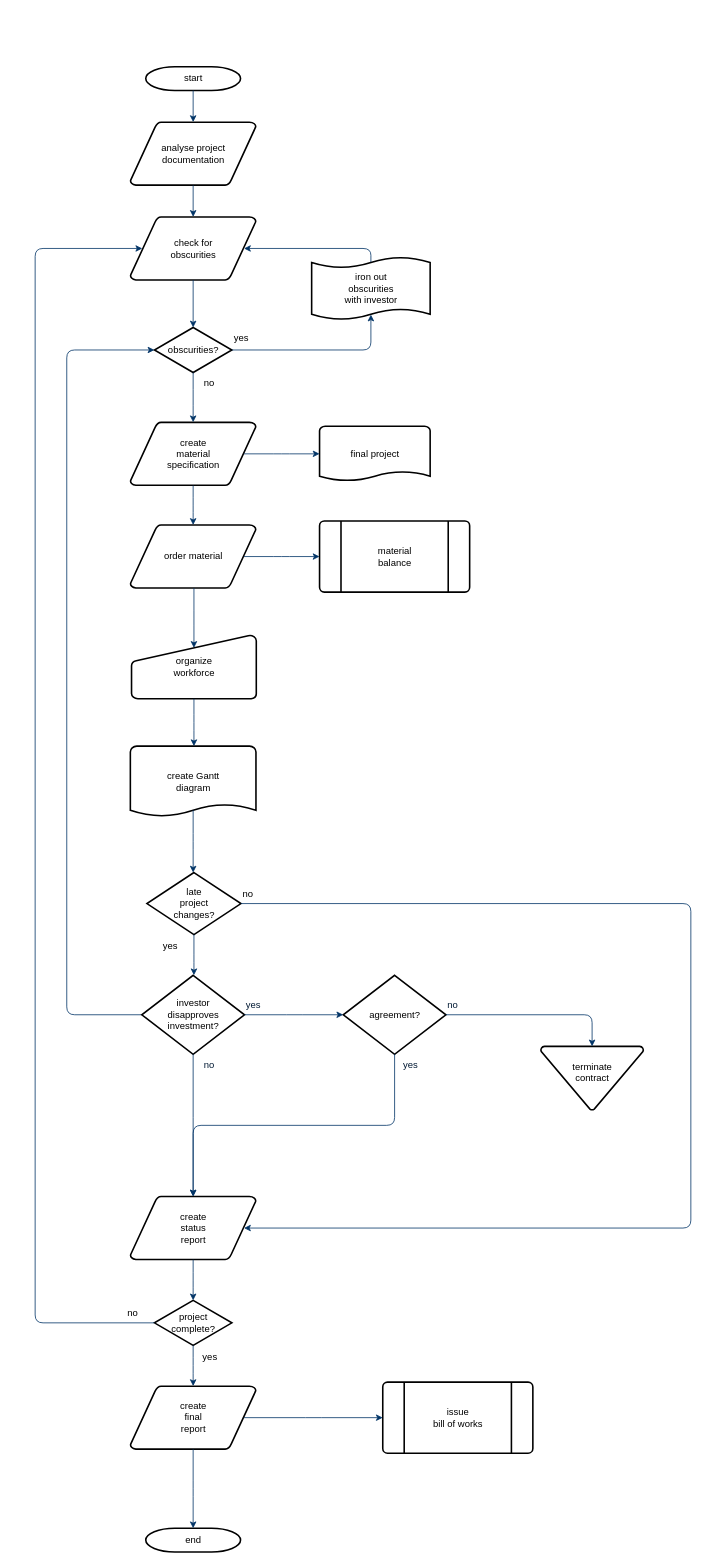
Supercdr/Supercdr keeps this draw.io diagram as 未命名绘图.drawio. Above is the earlier version. Source tidied: cells renumbered, new cells numbered last; positions are measured from the earlier drawing's top-left corner, leaving out a move shared by most shapes. Both pictures are drawn from the tidied source at 79%, with x=0, y=0 at pixel (35, 66).
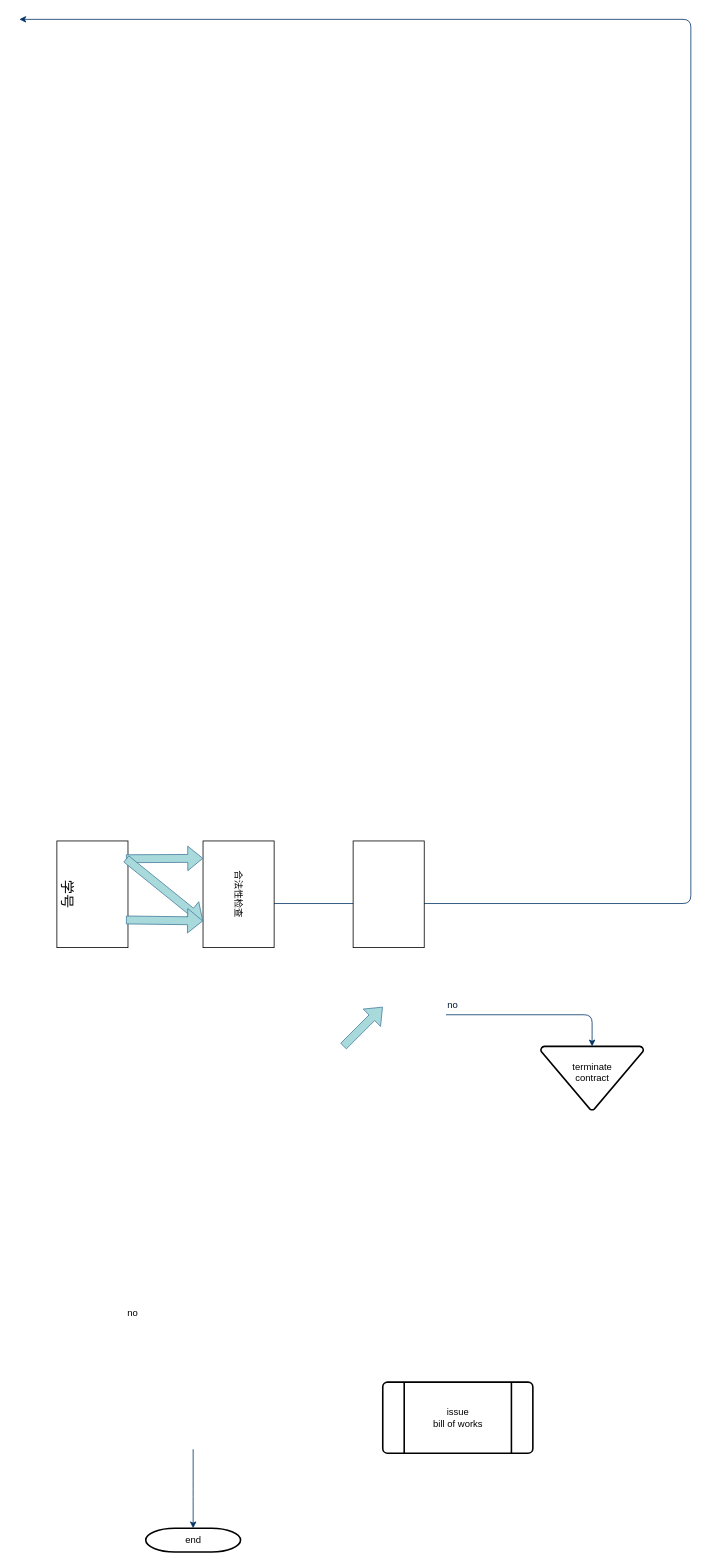
After the change.

The change refers to these unchanged cells:
```xml
<mxCell id="32" value="terminate&#10;contract&#10;" style="shape=mxgraph.flowchart.merge_or_storage;strokeWidth=2;gradientColor=none;gradientDirection=north;fontStyle=0;html=1;" parent="1" vertex="1">
  <mxGeometry x="640" y="1240" width="130" height="80.5" as="geometry" />
</mxCell>
<mxCell id="39" value="issue&#10;bill of works" style="shape=mxgraph.flowchart.predefined_process;strokeWidth=2;gradientColor=none;gradientDirection=north;fontStyle=0;html=1;" parent="1" vertex="1">
  <mxGeometry x="440" y="1665" width="190" height="90" as="geometry" />
</mxCell>
<mxCell id="40" value="end" style="shape=mxgraph.flowchart.terminator;strokeWidth=2;gradientColor=none;gradientDirection=north;fontStyle=0;html=1;" parent="1" vertex="1">
  <mxGeometry x="140" y="1850" width="120" height="30" as="geometry" />
</mxCell>
```

What changed in the source:
```diff
@@
-    <mxCell id="2" value="start" style="shape=mxgraph.flowchart.terminator;strokeWidth=2;gradientColor=none;gradientDirection=north;fontStyle=0;html=1;" parent="1" vertex="1">
-      <mxGeometry x="140" width="120" height="30" as="geometry" />
-    </mxCell>
-    <mxCell id="3" value="analyse project&#10; documentation" style="shape=mxgraph.flowchart.data;strokeWidth=2;gradientColor=none;gradientDirection=north;fontStyle=0;html=1;" parent="1" vertex="1">
-      <mxGeometry x="120.5" y="70" width="159" height="80" as="geometry" />
-    </mxCell>
-    <mxCell id="4" value="create&#10;material&#10;specification" style="shape=mxgraph.flowchart.data;strokeWidth=2;gradientColor=none;gradientDirection=north;fontStyle=0;html=1;" parent="1" vertex="1">
-      <mxGeometry x="120.5" y="450" width="159" height="80" as="geometry" />
-    </mxCell>
-    <mxCell id="5" value="check for&#10;obscurities" style="shape=mxgraph.flowchart.data;strokeWidth=2;gradientColor=none;gradientDirection=north;fontStyle=0;html=1;" parent="1" vertex="1">
-      <mxGeometry x="120.5" y="190" width="159" height="80" as="geometry" />
-    </mxCell>
-    <mxCell id="6" value="obscurities?" style="shape=mxgraph.flowchart.decision;strokeWidth=2;gradientColor=none;gradientDirection=north;fontStyle=0;html=1;" parent="1" vertex="1">
-      <mxGeometry x="151" y="330" width="98" height="57" as="geometry" />
-    </mxCell>
-    <mxCell id="7" style="fontStyle=1;strokeColor=#003366;strokeWidth=1;html=1;" parent="1" edge="1" source="2" target="3">
-      <mxGeometry relative="1" as="geometry" />
-    </mxCell>
-    <mxCell id="8" style="fontStyle=1;strokeColor=#003366;strokeWidth=1;html=1;" parent="1" edge="1" source="3" target="5">
-      <mxGeometry relative="1" as="geometry" />
-    </mxCell>
-    <mxCell id="9" style="entryX=0.5;entryY=0;entryPerimeter=0;fontStyle=1;strokeColor=#003366;strokeWidth=1;html=1;" parent="1" edge="1" source="5" target="6">
-      <mxGeometry relative="1" as="geometry" />
-    </mxCell>
-    <mxCell id="10" style="edgeStyle=elbowEdgeStyle;elbow=horizontal;entryX=0.5;entryY=0.91;entryPerimeter=0;exitX=1;exitY=0.5;exitPerimeter=0;fontStyle=1;strokeColor=#003366;strokeWidth=1;html=1;" parent="1" edge="1" source="6" target="51">
-      <mxGeometry x="381" y="28.5" as="geometry">
-        <Array as="points">
-          <mxPoint x="425" y="340" />
-        </Array>
-      </mxGeometry>
-    </mxCell>
-    <mxCell id="11" value="yes" style="text;fontStyle=0;html=1;strokeColor=none;gradientColor=none;fillColor=none;strokeWidth=2;" parent="1" vertex="1">
-      <mxGeometry x="250" y="330" width="40" height="26" as="geometry" />
-    </mxCell>
-    <mxCell id="12" style="edgeStyle=elbowEdgeStyle;elbow=horizontal;fontColor=#001933;fontStyle=1;strokeColor=#003366;strokeWidth=1;html=1;" parent="1" edge="1" source="6" target="4">
-      <mxGeometry as="geometry" />
-    </mxCell>
-    <mxCell id="13" value="order material" style="shape=mxgraph.flowchart.data;strokeWidth=2;gradientColor=none;gradientDirection=north;fontStyle=0;html=1;" parent="1" vertex="1">
-      <mxGeometry x="120.5" y="580" width="159" height="80" as="geometry" />
-    </mxCell>
-    <mxCell id="14" value="no" style="text;fontStyle=0;html=1;strokeColor=none;gradientColor=none;fillColor=none;strokeWidth=2;align=center;" parent="1" vertex="1">
-      <mxGeometry x="200" y="387" width="40" height="26" as="geometry" />
-    </mxCell>
-    <mxCell id="15" value="final project" style="shape=mxgraph.flowchart.document;strokeWidth=2;gradientColor=none;gradientDirection=north;fontStyle=0;html=1;" parent="1" vertex="1">
-      <mxGeometry x="360" y="455" width="140" height="70" as="geometry" />
-    </mxCell>
-    <mxCell id="16" style="edgeStyle=elbowEdgeStyle;elbow=horizontal;exitX=0.905;exitY=0.5;exitPerimeter=0;fontStyle=1;strokeColor=#003366;strokeWidth=1;html=1;" parent="1" edge="1" source="4" target="15">
-      <mxGeometry as="geometry" />
-    </mxCell>
-    <mxCell id="17" style="edgeStyle=elbowEdgeStyle;elbow=horizontal;fontStyle=1;strokeColor=#003366;strokeWidth=1;html=1;" parent="1" edge="1" source="4" target="13">
-      <mxGeometry as="geometry" />
-    </mxCell>
-    <mxCell id="18" value="material&#10;balance" style="shape=mxgraph.flowchart.predefined_process;strokeWidth=2;gradientColor=none;gradientDirection=north;fontStyle=0;html=1;" parent="1" vertex="1">
-      <mxGeometry x="360" y="575" width="190" height="90" as="geometry" />
-    </mxCell>
-    <mxCell id="19" style="edgeStyle=elbowEdgeStyle;elbow=horizontal;exitX=0.905;exitY=0.5;exitPerimeter=0;fontStyle=1;strokeColor=#003366;strokeWidth=1;html=1;" parent="1" edge="1" source="13" target="18">
-      <mxGeometry as="geometry" />
-    </mxCell>
-    <mxCell id="20" value="organize &#10;workforce" style="shape=mxgraph.flowchart.manual_input;strokeWidth=2;gradientColor=none;gradientDirection=north;fontStyle=0;html=1;" parent="1" vertex="1">
-      <mxGeometry x="122" y="720" width="158" height="80" as="geometry" />
-    </mxCell>
-    <mxCell id="21" style="edgeStyle=elbowEdgeStyle;elbow=horizontal;entryX=0.5;entryY=0.195;entryPerimeter=0;fontStyle=1;strokeColor=#003366;strokeWidth=1;html=1;" parent="1" edge="1" source="13" target="20">
-      <mxGeometry as="geometry" />
-    </mxCell>
-    <mxCell id="22" value="create Gantt&#10;diagram" style="shape=mxgraph.flowchart.document;strokeWidth=2;gradientColor=none;gradientDirection=north;fontStyle=0;html=1;" parent="1" vertex="1">
-      <mxGeometry x="120.5" y="860" width="159" height="90" as="geometry" />
-    </mxCell>
-    <mxCell id="23" style="edgeStyle=elbowEdgeStyle;elbow=horizontal;exitX=0.5;exitY=1;exitPerimeter=0;fontStyle=1;strokeColor=#003366;strokeWidth=1;html=1;" parent="1" edge="1" source="20" target="22">
-      <mxGeometry as="geometry" />
-    </mxCell>
-    <mxCell id="24" value="late&#10;project&#10;changes?" style="shape=mxgraph.flowchart.decision;strokeWidth=2;gradientColor=none;gradientDirection=north;fontStyle=0;html=1;" parent="1" vertex="1">
-      <mxGeometry x="141.5" y="1020" width="119" height="78.5" as="geometry" />
-    </mxCell>
-    <mxCell id="25" style="edgeStyle=elbowEdgeStyle;elbow=horizontal;exitX=0.5;exitY=0.9;exitPerimeter=0;fontStyle=1;strokeColor=#003366;strokeWidth=1;html=1;" parent="1" edge="1" source="22" target="24">
-      <mxGeometry as="geometry" />
-    </mxCell>
-    <mxCell id="26" style="edgeStyle=elbowEdgeStyle;elbow=horizontal;exitX=0;exitY=0.5;exitPerimeter=0;entryX=0;entryY=0.5;entryPerimeter=0;fontStyle=1;strokeColor=#003366;strokeWidth=1;html=1;" parent="1" edge="1" source="28" target="6">
-      <mxGeometry as="geometry">
-        <Array as="points">
-          <mxPoint x="40" y="790" />
-        </Array>
-      </mxGeometry>
-    </mxCell>
-    <mxCell id="27" value="yes" style="text;fontStyle=0;html=1;strokeColor=none;gradientColor=none;fillColor=none;strokeWidth=2;" parent="1" vertex="1">
-      <mxGeometry x="160" y="1098.5" width="40" height="26" as="geometry" />
-    </mxCell>
-    <mxCell id="28" value="investor&#10;disapproves&#10; investment?" style="shape=mxgraph.flowchart.decision;strokeWidth=2;gradientColor=none;gradientDirection=north;fontStyle=0;html=1;" parent="1" vertex="1">
-      <mxGeometry x="135" y="1150" width="130" height="100" as="geometry" />
-    </mxCell>
-    <mxCell id="29" value="agreement?" style="shape=mxgraph.flowchart.decision;strokeWidth=2;gradientColor=none;gradientDirection=north;fontStyle=0;html=1;" parent="1" vertex="1">
-      <mxGeometry x="390" y="1150" width="130" height="100" as="geometry" />
-    </mxCell>
-    <mxCell id="30" style="edgeStyle=elbowEdgeStyle;elbow=horizontal;exitX=0.5;exitY=1;exitPerimeter=0;fontStyle=1;strokeColor=#003366;strokeWidth=1;html=1;" parent="1" edge="1" source="24" target="28">
-      <mxGeometry as="geometry" />
-    </mxCell>
-    <mxCell id="31" style="edgeStyle=elbowEdgeStyle;elbow=horizontal;exitX=1;exitY=0.5;exitPerimeter=0;entryX=0;entryY=0.5;entryPerimeter=0;fontStyle=1;strokeColor=#003366;strokeWidth=1;html=1;" parent="1" edge="1" source="28" target="29">
-      <mxGeometry as="geometry" />
-    </mxCell>
@@
-    <mxCell id="33" style="edgeStyle=elbowEdgeStyle;elbow=vertical;exitX=1;exitY=0.5;exitPerimeter=0;entryX=0.5;entryY=0;entryPerimeter=0;fontStyle=1;strokeColor=#003366;strokeWidth=1;html=1;" parent="1" edge="1" source="29" target="32">
+    <mxCell id="33" style="edgeStyle=elbowEdgeStyle;elbow=vertical;exitX=1;exitY=0.5;exitPerimeter=0;entryX=0.5;entryY=0;entryPerimeter=0;fontStyle=1;strokeColor=#003366;strokeWidth=1;html=1;" parent="1" edge="1" target="32">
       <mxGeometry as="geometry">
+        <mxPoint x="520" y="1200" as="sourcePoint" />
         <Array as="points">
           <mxPoint x="620" y="1200" />
         </Array>
       </mxGeometry>
     </mxCell>
-    <mxCell id="34" value="create&#10;status&#10;report" style="shape=mxgraph.flowchart.data;strokeWidth=2;gradientColor=none;gradientDirection=north;fontStyle=0;html=1;" parent="1" vertex="1">
-      <mxGeometry x="120.5" y="1430" width="159" height="80" as="geometry" />
-    </mxCell>
-    <mxCell id="35" style="edgeStyle=elbowEdgeStyle;elbow=vertical;exitX=0.5;exitY=1;exitPerimeter=0;fontColor=#001933;fontStyle=1;strokeColor=#003366;strokeWidth=1;html=1;" parent="1" edge="1" source="28" target="34">
-      <mxGeometry as="geometry" />
-    </mxCell>
-    <mxCell id="36" style="edgeStyle=elbowEdgeStyle;elbow=vertical;exitX=0.5;exitY=1;exitPerimeter=0;entryX=0.5;entryY=0;entryPerimeter=0;fontStyle=1;strokeColor=#003366;strokeWidth=1;html=1;" parent="1" edge="1" source="29" target="34">
-      <mxGeometry as="geometry" />
-    </mxCell>
-    <mxCell id="37" value="project&#10;complete?" style="shape=mxgraph.flowchart.decision;strokeWidth=2;gradientColor=none;gradientDirection=north;fontStyle=0;html=1;" parent="1" vertex="1">
-      <mxGeometry x="151" y="1561.5" width="98" height="57" as="geometry" />
-    </mxCell>
-    <mxCell id="38" value="create&#10;final&#10;report" style="shape=mxgraph.flowchart.data;strokeWidth=2;gradientColor=none;gradientDirection=north;fontStyle=0;html=1;" parent="1" vertex="1">
-      <mxGeometry x="120.5" y="1670" width="159" height="80" as="geometry" />
-    </mxCell>
@@
-    <mxCell id="41" style="edgeStyle=elbowEdgeStyle;elbow=vertical;exitX=0.5;exitY=1;exitPerimeter=0;entryX=0.5;entryY=0;entryPerimeter=0;fontStyle=1;strokeColor=#003366;strokeWidth=1;html=1;" parent="1" edge="1" source="34" target="37">
-      <mxGeometry as="geometry" />
-    </mxCell>
-    <mxCell id="42" style="edgeStyle=elbowEdgeStyle;elbow=vertical;exitX=0.5;exitY=1;exitPerimeter=0;entryX=0.5;entryY=0;entryPerimeter=0;fontStyle=1;strokeColor=#003366;strokeWidth=1;html=1;" parent="1" edge="1" source="37" target="38">
-      <mxGeometry as="geometry" />
-    </mxCell>
-    <mxCell id="43" style="edgeStyle=elbowEdgeStyle;elbow=vertical;exitX=0.5;exitY=1;exitPerimeter=0;entryX=0.5;entryY=0;entryPerimeter=0;fontStyle=1;strokeColor=#003366;strokeWidth=1;html=1;" parent="1" edge="1" source="38" target="40">
-      <mxGeometry as="geometry" />
+    <mxCell id="43" style="edgeStyle=elbowEdgeStyle;elbow=vertical;exitX=0.5;exitY=1;exitPerimeter=0;entryX=0.5;entryY=0;entryPerimeter=0;fontStyle=1;strokeColor=#003366;strokeWidth=1;html=1;" parent="1" edge="1" target="40">
+      <mxGeometry as="geometry">
+        <mxPoint x="200" y="1750" as="sourcePoint" />
+      </mxGeometry>
     </mxCell>
-    <mxCell id="44" style="edgeStyle=elbowEdgeStyle;elbow=vertical;exitX=0.905;exitY=0.5;exitPerimeter=0;entryX=0;entryY=0.5;entryPerimeter=0;fontStyle=1;strokeColor=#003366;strokeWidth=1;html=1;" parent="1" edge="1" source="38" target="39">
-      <mxGeometry as="geometry" />
-    </mxCell>
-    <mxCell id="45" style="edgeStyle=elbowEdgeStyle;elbow=horizontal;exitX=1;exitY=0.5;exitPerimeter=0;entryX=0.905;entryY=0.5;entryPerimeter=0;fontStyle=1;strokeColor=#003366;strokeWidth=1;html=1;" parent="1" edge="1" source="24" target="34">
+    <mxCell id="45" style="edgeStyle=elbowEdgeStyle;elbow=horizontal;exitX=1;exitY=0.5;exitPerimeter=0;entryX=0.905;entryY=0.5;entryPerimeter=0;fontStyle=1;strokeColor=#003366;strokeWidth=1;html=1;" parent="1" edge="1">
       <mxGeometry as="geometry">
+        <mxPoint x="260.5" y="1059.2" as="sourcePoint" />
+        <mxPoint x="-20" y="-60" as="targetPoint" />
         <Array as="points">
           <mxPoint x="830" y="1260" />
         </Array>
       </mxGeometry>
     </mxCell>
-    <mxCell id="46" value="no" style="text;fontStyle=0;html=1;strokeColor=none;gradientColor=none;fillColor=none;strokeWidth=2;" parent="1" vertex="1">
-      <mxGeometry x="260.5" y="1033.2" width="40" height="26" as="geometry" />
-    </mxCell>
-    <mxCell id="47" value="yes" style="text;fontColor=#001933;fontStyle=0;html=1;strokeColor=none;gradientColor=none;fillColor=none;strokeWidth=2;" parent="1" vertex="1">
-      <mxGeometry x="265" y="1174" width="40" height="26" as="geometry" />
-    </mxCell>
-    <mxCell id="48" value="no" style="text;fontColor=#001933;fontStyle=0;html=1;strokeColor=none;gradientColor=none;fillColor=none;strokeWidth=2;align=center;" parent="1" vertex="1">
-      <mxGeometry x="200" y="1250" width="40" height="26" as="geometry" />
-    </mxCell>
-    <mxCell id="49" value="yes" style="text;fontColor=#001933;fontStyle=0;html=1;strokeColor=none;gradientColor=none;fillColor=none;strokeWidth=2;align=center;" parent="1" vertex="1">
-      <mxGeometry x="455" y="1250" width="40" height="26" as="geometry" />
-    </mxCell>
@@
-    <mxCell id="51" value="iron out&#10;obscurities &#10;with investor" style="shape=mxgraph.flowchart.paper_tape;strokeWidth=2;gradientColor=none;gradientDirection=north;fontStyle=0;html=1;" parent="1" vertex="1">
-      <mxGeometry x="350" y="240" width="150" height="81" as="geometry" />
-    </mxCell>
-    <mxCell id="52" style="edgeStyle=elbowEdgeStyle;elbow=horizontal;exitX=0.5;exitY=0.09;exitPerimeter=0;entryX=0.905;entryY=0.5;entryPerimeter=0;fontStyle=1;strokeColor=#003366;strokeWidth=1;html=1;" parent="1" edge="1" source="51" target="5">
-      <mxGeometry as="geometry">
-        <Array as="points">
-          <mxPoint x="425" y="240" />
-        </Array>
-      </mxGeometry>
-    </mxCell>
-    <mxCell id="53" value="yes" style="text;fontStyle=0;html=1;strokeColor=none;gradientColor=none;fillColor=none;strokeWidth=2;align=center;" parent="1" vertex="1">
-      <mxGeometry x="201" y="1620" width="40" height="26" as="geometry" />
-    </mxCell>
-    <mxCell id="54" style="edgeStyle=elbowEdgeStyle;elbow=horizontal;exitX=0;exitY=0.5;exitPerimeter=0;entryX=0.095;entryY=0.5;entryPerimeter=0;fontStyle=1;strokeColor=#003366;strokeWidth=1;html=1;" parent="1" edge="1" source="37" target="5">
-      <mxGeometry as="geometry">
-        <Array as="points">
-          <mxPoint y="910" />
-        </Array>
-      </mxGeometry>
-    </mxCell>
@@
+    <mxCell id="56" value="&lt;font style=&quot;font-size: 18px;&quot;&gt;学号&lt;/font&gt;" style="rounded=0;whiteSpace=wrap;html=1;rotation=90;verticalAlign=bottom;flipH=1;" parent="1" vertex="1">
+      <mxGeometry x="5" y="1002.5" width="135" height="90" as="geometry" />
+    </mxCell>
+    <mxCell id="57" value="合法性检查" style="rounded=0;whiteSpace=wrap;html=1;rotation=90;align=center;" parent="1" vertex="1">
+      <mxGeometry x="190" y="1002.5" width="135" height="90" as="geometry" />
+    </mxCell>
+    <mxCell id="58" style="rounded=0;whiteSpace=wrap;html=1;rotation=90;" parent="1" vertex="1">
+      <mxGeometry x="380" y="1002.5" width="135" height="90" as="geometry" />
+    </mxCell>
+    <mxCell id="59" style="shape=flexArrow;endArrow=classic;html=1;rounded=0;strokeColor=#457B9D;fontSize=18;fontColor=#1D3557;fillColor=#A8DADC;entryX=0.163;entryY=0.998;entryDx=0;entryDy=0;entryPerimeter=0;" parent="1" edge="1" target="57">
+      <mxGeometry relative="1" as="geometry">
+        <mxPoint x="115" y="1002.5" as="sourcePoint" />
+      </mxGeometry>
+    </mxCell>
+    <mxCell id="60" style="shape=flexArrow;endArrow=classic;html=1;rounded=0;strokeColor=#457B9D;fontSize=18;fontColor=#1D3557;fillColor=#A8DADC;entryX=0.75;entryY=1;entryDx=0;entryDy=0;" parent="1" edge="1" target="57">
+      <mxGeometry relative="1" as="geometry">
+        <mxPoint x="115" y="1002.5" as="sourcePoint" />
+      </mxGeometry>
+    </mxCell>
+    <mxCell id="61" style="shape=flexArrow;endArrow=classic;html=1;rounded=0;strokeColor=#457B9D;fontSize=18;fontColor=#1D3557;fillColor=#A8DADC;" parent="1" edge="1">
+      <mxGeometry relative="1" as="geometry">
+        <mxPoint x="390" y="1240" as="sourcePoint" />
+        <mxPoint x="440" y="1190" as="targetPoint" />
+      </mxGeometry>
+    </mxCell>
+    <mxCell id="62" style="shape=flexArrow;endArrow=classic;html=1;rounded=0;strokeColor=#457B9D;fontSize=18;fontColor=#1D3557;fillColor=#A8DADC;entryX=0.75;entryY=1;entryDx=0;entryDy=0;" parent="1" edge="1" target="57">
+      <mxGeometry relative="1" as="geometry">
+        <mxPoint x="115" y="1080" as="sourcePoint" />
+      </mxGeometry>
+    </mxCell>
```
